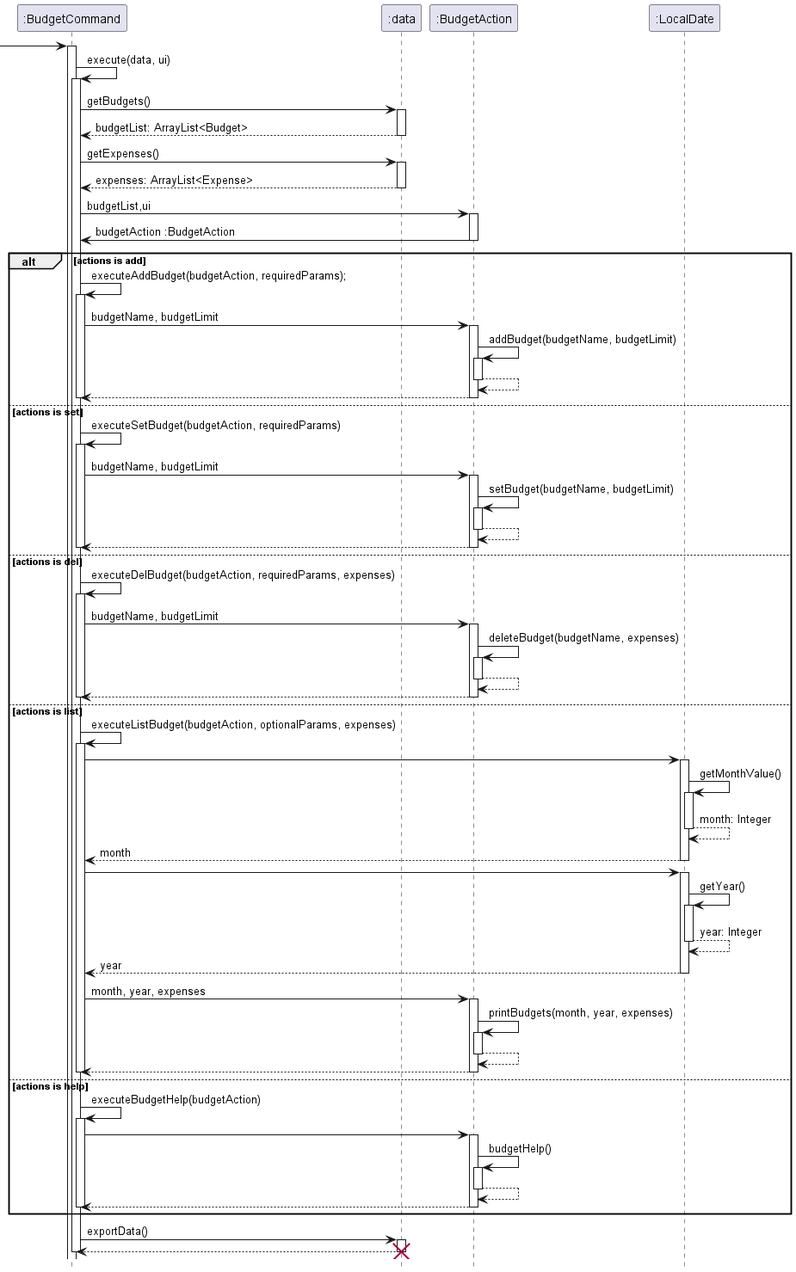
Above: docs/images/BudgetCommandSequence.png in stephenkyang/tp (PlantUML), before the change.
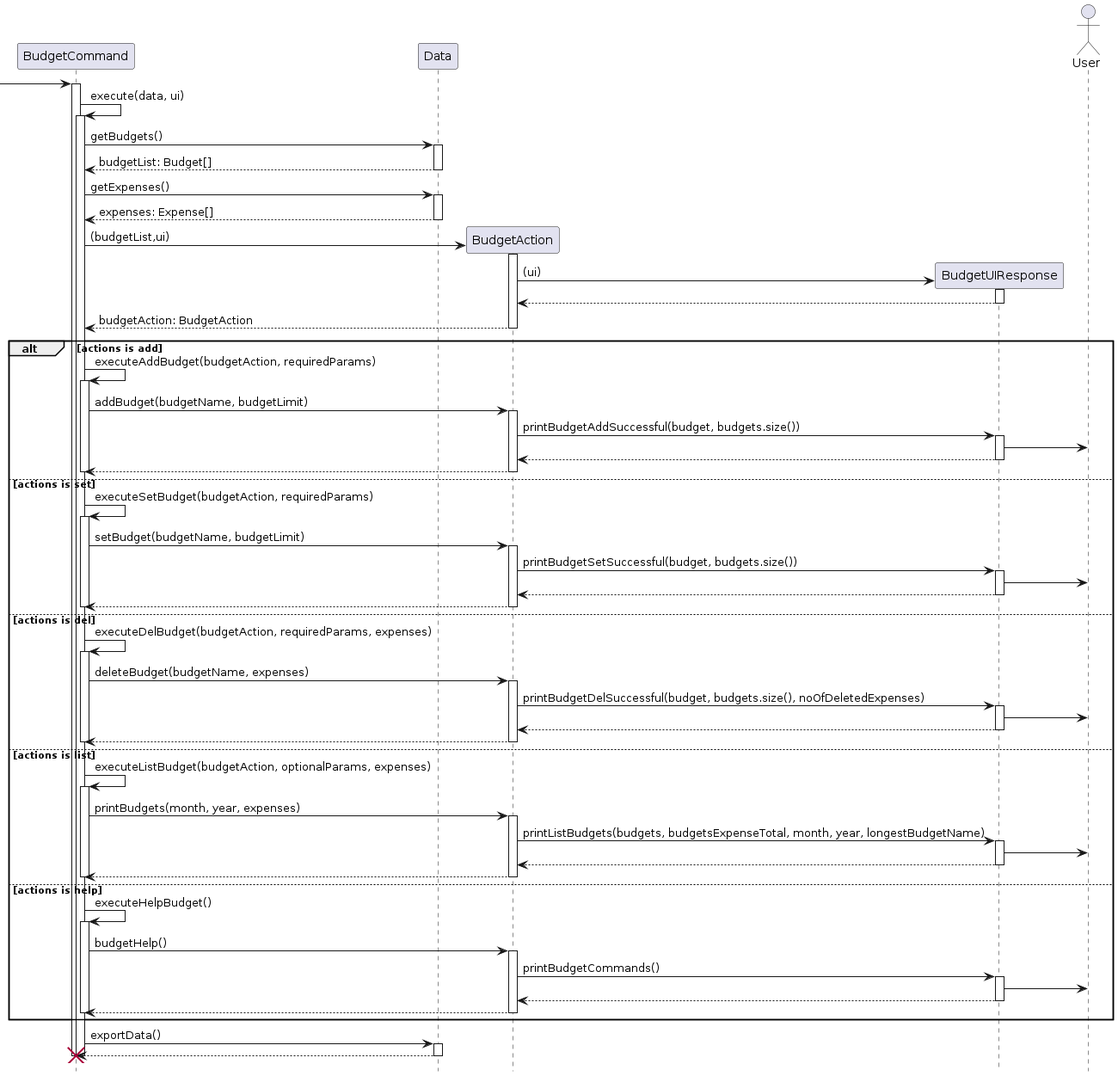
After the commit.

Commit message:
Add seq diagram images

Change to the diagram source:
```diff
@@ -2,117 +2,111 @@
 
 hide footbox
 
- -> ":BudgetCommand":
+participant BudgetCommand
+participant Data
+participant BudgetAction
+participant BudgetUIResponse
+actor User
 
-activate ":BudgetCommand"
-":BudgetCommand" -> ":BudgetCommand": execute(data, ui)
-activate  ":BudgetCommand"
-":BudgetCommand" -> ":data": getBudgets()
-activate ":data"
-return budgetList: ArrayList<Budget>
-deactivate ":data"
+ -> "BudgetCommand":
+
+activate "BudgetCommand"
+"BudgetCommand" -> "BudgetCommand": execute(data, ui)
+activate  "BudgetCommand"
+"BudgetCommand" -> "Data": getBudgets()
+activate "Data"
+return budgetList: Budget[]
+deactivate "Data"
 
 
+"BudgetCommand" -> "Data": getExpenses()
+activate "Data"
+return expenses: Expense[]
 
-":BudgetCommand" -> ":data": getExpenses()
-activate ":data"
-return expenses: ArrayList<Expense>
+"BudgetCommand" -> "BudgetAction" ** : (budgetList,ui)
+activate "BudgetAction"
 
-":BudgetCommand" -> ":BudgetAction" : budgetList,ui
-activate ":BudgetAction"
-":BudgetAction" -> ":BudgetCommand" : budgetAction :BudgetAction
-deactivate ":BudgetAction"
+"BudgetAction" -> "BudgetUIResponse" ** : (ui)
+activate "BudgetUIResponse"
+"BudgetUIResponse" --> "BudgetAction"
+deactivate "BudgetUIResponse"
+
+return budgetAction: BudgetAction
+deactivate "BudgetAction"
 
 
 alt actions is add
-":BudgetCommand" -> ":BudgetCommand": executeAddBudget(budgetAction, requiredParams);
-activate ":BudgetCommand"
-":BudgetCommand" -> ":BudgetAction" : budgetName, budgetLimit
-activate ":BudgetAction"
-":BudgetAction" -> ":BudgetAction" : addBudget(budgetName, budgetLimit)
-activate ":BudgetAction"
-
+"BudgetCommand" -> "BudgetCommand": executeAddBudget(budgetAction, requiredParams)
+activate "BudgetCommand"
+"BudgetCommand" -> "BudgetAction" : addBudget(budgetName, budgetLimit)
+activate "BudgetAction"
+"BudgetAction" -> "BudgetUIResponse" : printBudgetAddSuccessful(budget, budgets.size())
+activate "BudgetUIResponse"
+"BudgetUIResponse" -> User
 return
 return
 
-deactivate ":BudgetCommand"
+deactivate "BudgetCommand"
 
 else actions is set
-
-":BudgetCommand" -> ":BudgetCommand": executeSetBudget(budgetAction, requiredParams)
-activate ":BudgetCommand"
-":BudgetCommand" -> ":BudgetAction" : budgetName, budgetLimit
-activate ":BudgetAction"
-":BudgetAction" -> ":BudgetAction" : setBudget(budgetName, budgetLimit)
-activate ":BudgetAction"
-
+"BudgetCommand" -> "BudgetCommand": executeSetBudget(budgetAction, requiredParams)
+activate "BudgetCommand"
+"BudgetCommand" -> "BudgetAction" : setBudget(budgetName, budgetLimit)
+activate "BudgetAction"
+"BudgetAction" -> "BudgetUIResponse" : printBudgetSetSuccessful(budget, budgets.size())
+activate "BudgetUIResponse"
+"BudgetUIResponse" -> User
 return
 return
 
-
-
-deactivate ":BudgetCommand"
+deactivate "BudgetCommand"
 
 else actions is del
-":BudgetCommand" -> ":BudgetCommand": executeDelBudget(budgetAction, requiredParams, expenses)
-activate ":BudgetCommand"
-":BudgetCommand" -> ":BudgetAction" : budgetName, budgetLimit
-activate ":BudgetAction"
-":BudgetAction" -> ":BudgetAction" : deleteBudget(budgetName, expenses)
-activate ":BudgetAction"
+"BudgetCommand" -> "BudgetCommand": executeDelBudget(budgetAction, requiredParams, expenses)
+activate "BudgetCommand"
+"BudgetCommand" -> "BudgetAction" : deleteBudget(budgetName, expenses)
+activate "BudgetAction"
+"BudgetAction" -> "BudgetUIResponse" : printBudgetDelSuccessful(budget, budgets.size(), noOfDeletedExpenses)
+activate "BudgetUIResponse"
+"BudgetUIResponse" -> User
 return
 return
 
-deactivate ":BudgetCommand"
+deactivate "BudgetCommand"
 
 else actions is list
-":BudgetCommand" -> ":BudgetCommand": executeListBudget(budgetAction, optionalParams, expenses)
-activate ":BudgetCommand"
-
-":BudgetCommand" -> ":LocalDate":
-activate ":LocalDate"
-":LocalDate" -> ":LocalDate": getMonthValue()
-activate ":LocalDate"
-return month: Integer
-return month
-
-
-":BudgetCommand" -> ":LocalDate":
-activate ":LocalDate"
-":LocalDate" -> ":LocalDate": getYear()
-activate ":LocalDate"
-return year: Integer
-return year
-
-":BudgetCommand" -> ":BudgetAction" : month, year, expenses
-activate ":BudgetAction"
-":BudgetAction" -> ":BudgetAction" : printBudgets(month, year, expenses)
-activate ":BudgetAction"
+"BudgetCommand" -> "BudgetCommand": executeListBudget(budgetAction, optionalParams, expenses)
+activate "BudgetCommand"
+"BudgetCommand" -> "BudgetAction" : printBudgets(month, year, expenses)
+activate "BudgetAction"
+"BudgetAction" -> "BudgetUIResponse" : printListBudgets(budgets, budgetsExpenseTotal, month, year, longestBudgetName)
+activate "BudgetUIResponse"
+"BudgetUIResponse" -> User
 return
 return
 
-deactivate ":BudgetCommand"
+deactivate "BudgetCommand"
 
 else actions is help
-":BudgetCommand" -> ":BudgetCommand": executeBudgetHelp(budgetAction)
-activate ":BudgetCommand"
-":BudgetCommand" -> ":BudgetAction"
-activate ":BudgetAction"
-":BudgetAction" -> ":BudgetAction" : budgetHelp()
-activate ":BudgetAction"
+"BudgetCommand" -> "BudgetCommand": executeHelpBudget()
+activate "BudgetCommand"
+"BudgetCommand" -> "BudgetAction" : budgetHelp()
+activate "BudgetAction"
+"BudgetAction" -> "BudgetUIResponse" : printBudgetCommands()
+activate "BudgetUIResponse"
+"BudgetUIResponse" -> User
 return
 return
 
-deactivate ":BudgetCommand"
+deactivate "BudgetCommand"
 end
 
-":BudgetCommand" -> ":data": exportData()
-activate ":data"
+"BudgetCommand" -> "Data": exportData()
+activate "Data"
 return
-deactivate ":data"
-destroy ":data"
+deactivate "Data"
 
-deactivate ":data"
-deactivate ":BudgetCommand"
+destroy "BudgetCommand"
+deactivate "BudgetCommand"
 
 @enduml
```
